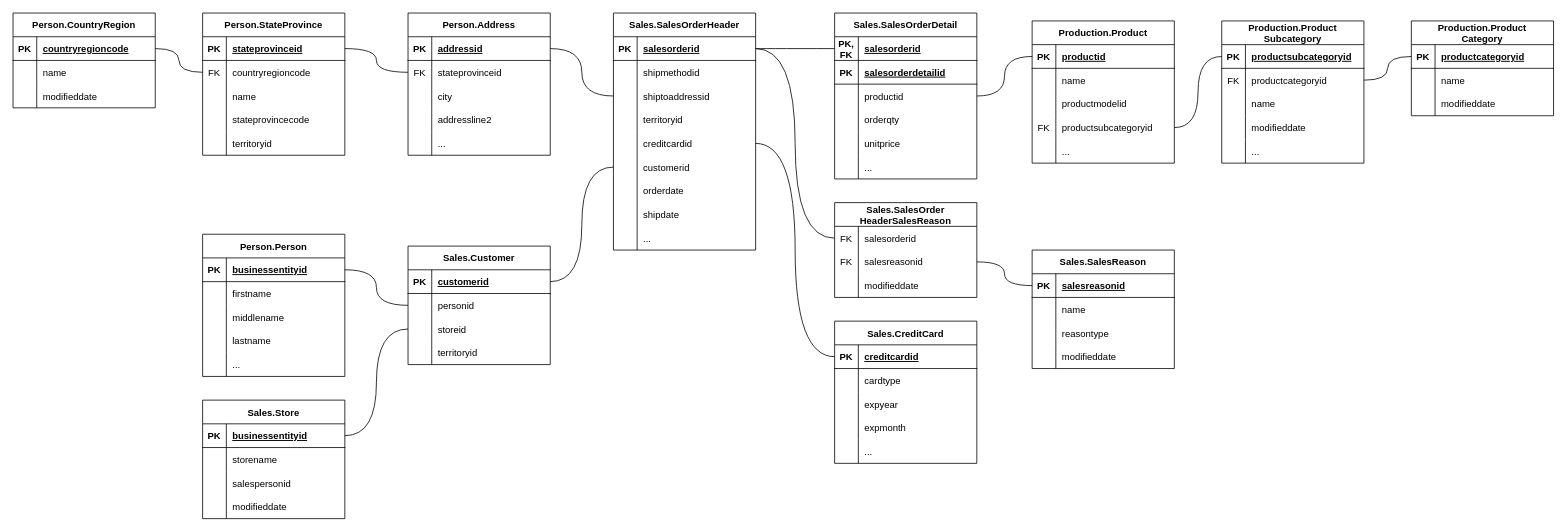
Earlier version of the draw.io diagram page "source-schema" (3 of 6) of docs/dbt-dimensional-modelling.drawio (Data-Engineer-Camp/dbt-dimensional-modelling). Source tidied: cells renumbered, new cells numbered last; positions are measured from the earlier drawing's top-left corner, leaving out a move shared by most shapes. Both pictures are drawn from the tidied source at 79%, with x=0, y=0 at pixel (13, 13).
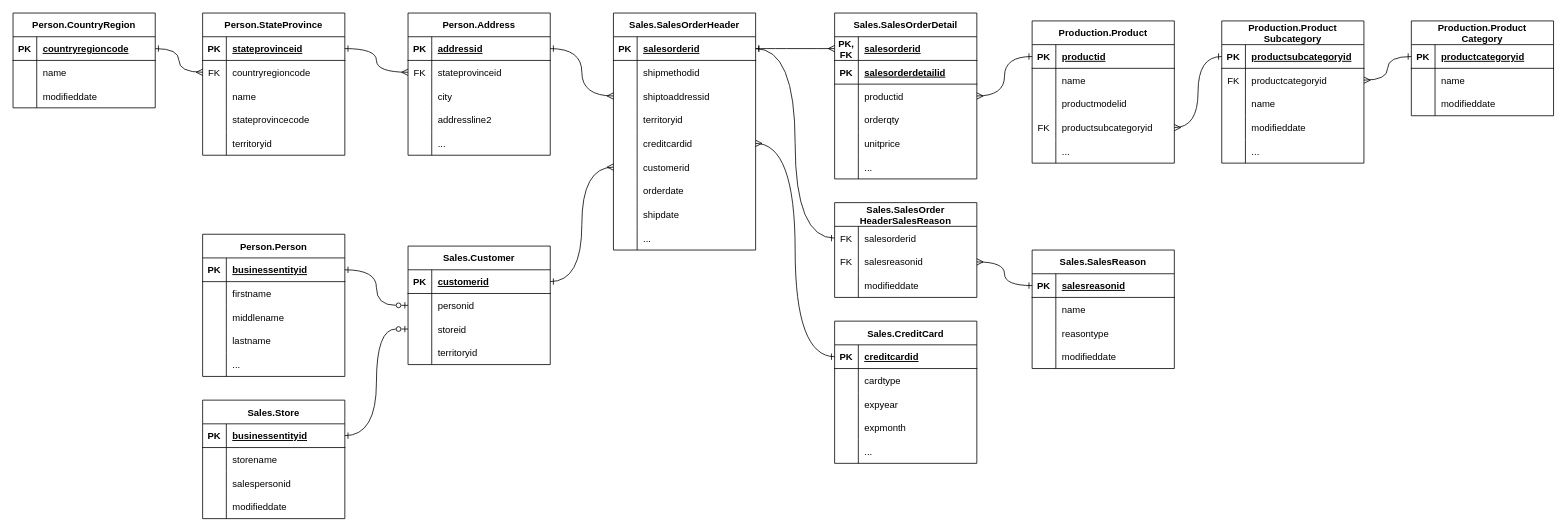
Above is the later version.

The change refers to these unchanged cells:
```xml
<mxCell id="3" style="shape=tableRow;horizontal=0;startSize=0;swimlaneHead=0;swimlaneBody=0;fillColor=none;points=[[0,0.5],[1,0.5]];portConstraint=eastwest;top=0;left=0;right=0;bottom=1;" parent="2" vertex="1">
  <mxGeometry y="30" width="180" height="30" as="geometry" />
</mxCell>
<mxCell id="6" style="shape=tableRow;horizontal=0;startSize=0;swimlaneHead=0;swimlaneBody=0;fillColor=none;points=[[0,0.5],[1,0.5]];portConstraint=eastwest;top=0;left=0;right=0;bottom=0;" parent="2" vertex="1">
  <mxGeometry y="60" width="180" height="30" as="geometry" />
</mxCell>
<mxCell id="19" style="shape=tableRow;horizontal=0;startSize=0;swimlaneHead=0;swimlaneBody=0;fillColor=none;points=[[0,0.5],[1,0.5]];portConstraint=eastwest;top=0;left=0;right=0;bottom=1;" parent="18" vertex="1">
  <mxGeometry y="30" width="180" height="30" as="geometry" />
</mxCell>
<mxCell id="29" style="shape=tableRow;horizontal=0;startSize=0;swimlaneHead=0;swimlaneBody=0;fillColor=none;points=[[0,0.5],[1,0.5]];portConstraint=eastwest;top=0;left=0;right=0;bottom=1;" parent="28" vertex="1">
  <mxGeometry y="30" width="180" height="30" as="geometry" />
</mxCell>
<mxCell id="32" style="shape=tableRow;horizontal=0;startSize=0;swimlaneHead=0;swimlaneBody=0;fillColor=none;points=[[0,0.5],[1,0.5]];portConstraint=eastwest;top=0;left=0;right=0;bottom=0;" parent="28" vertex="1">
  <mxGeometry y="60" width="180" height="30" as="geometry" />
</mxCell>
<mxCell id="47" style="shape=tableRow;horizontal=0;startSize=0;swimlaneHead=0;swimlaneBody=0;fillColor=none;points=[[0,0.5],[1,0.5]];portConstraint=eastwest;top=0;left=0;right=0;bottom=1;" parent="46" vertex="1">
  <mxGeometry y="30" width="180" height="30" as="geometry" />
</mxCell>
<mxCell id="63" style="shape=tableRow;horizontal=0;startSize=0;swimlaneHead=0;swimlaneBody=0;fillColor=none;points=[[0,0.5],[1,0.5]];portConstraint=eastwest;top=0;left=0;right=0;bottom=1;" parent="62" vertex="1">
  <mxGeometry y="30" width="180" height="30" as="geometry" />
</mxCell>
<mxCell id="72" style="shape=tableRow;horizontal=0;startSize=0;swimlaneHead=0;swimlaneBody=0;fillColor=none;points=[[0,0.5],[1,0.5]];portConstraint=eastwest;top=0;left=0;right=0;bottom=0;" parent="62" vertex="1">
  <mxGeometry y="120" width="180" height="30" as="geometry" />
</mxCell>
<mxCell id="79" style="shape=tableRow;horizontal=0;startSize=0;swimlaneHead=0;swimlaneBody=0;fillColor=none;points=[[0,0.5],[1,0.5]];portConstraint=eastwest;top=0;left=0;right=0;bottom=1;" parent="78" vertex="1">
  <mxGeometry y="30" width="180" height="30" as="geometry" />
</mxCell>
<mxCell id="82" style="shape=tableRow;horizontal=0;startSize=0;swimlaneHead=0;swimlaneBody=0;fillColor=none;points=[[0,0.5],[1,0.5]];portConstraint=eastwest;top=0;left=0;right=0;bottom=0;" parent="78" vertex="1">
  <mxGeometry y="60" width="180" height="30" as="geometry" />
</mxCell>
<mxCell id="95" style="shape=tableRow;horizontal=0;startSize=0;swimlaneHead=0;swimlaneBody=0;fillColor=none;points=[[0,0.5],[1,0.5]];portConstraint=eastwest;top=0;left=0;right=0;bottom=1;" parent="94" vertex="1">
  <mxGeometry y="30" width="180" height="30" as="geometry" />
</mxCell>
<mxCell id="107" style="shape=tableRow;horizontal=0;startSize=0;swimlaneHead=0;swimlaneBody=0;fillColor=none;points=[[0,0.5],[1,0.5]];portConstraint=eastwest;top=0;left=0;right=0;bottom=1;" parent="106" vertex="1">
  <mxGeometry y="30" width="180" height="30" as="geometry" />
</mxCell>
<mxCell id="110" style="shape=tableRow;horizontal=0;startSize=0;swimlaneHead=0;swimlaneBody=0;fillColor=none;points=[[0,0.5],[1,0.5]];portConstraint=eastwest;top=0;left=0;right=0;bottom=0;" parent="106" vertex="1">
  <mxGeometry y="60" width="180" height="30" as="geometry" />
</mxCell>
<mxCell id="113" style="shape=tableRow;horizontal=0;startSize=0;swimlaneHead=0;swimlaneBody=0;fillColor=none;points=[[0,0.5],[1,0.5]];portConstraint=eastwest;top=0;left=0;right=0;bottom=0;" parent="106" vertex="1">
  <mxGeometry y="90" width="180" height="30" as="geometry" />
</mxCell>
<mxCell id="120" style="shape=tableRow;horizontal=0;startSize=0;swimlaneHead=0;swimlaneBody=0;fillColor=none;points=[[0,0.5],[1,0.5]];portConstraint=eastwest;top=0;left=0;right=0;bottom=1;" parent="119" vertex="1">
  <mxGeometry y="30" width="180" height="30" as="geometry" />
</mxCell>
<mxCell id="137" style="shape=tableRow;horizontal=0;startSize=0;swimlaneHead=0;swimlaneBody=0;fillColor=none;points=[[0,0.5],[1,0.5]];portConstraint=eastwest;top=0;left=0;right=0;bottom=1;" parent="136" vertex="1">
  <mxGeometry y="30" width="180" height="30" as="geometry" />
</mxCell>
<mxCell id="143" style="shape=tableRow;horizontal=0;startSize=0;swimlaneHead=0;swimlaneBody=0;fillColor=none;points=[[0,0.5],[1,0.5]];portConstraint=eastwest;top=0;left=0;right=0;bottom=0;" parent="136" vertex="1">
  <mxGeometry y="90" width="180" height="30" as="geometry" />
</mxCell>
<mxCell id="149" style="shape=tableRow;horizontal=0;startSize=0;swimlaneHead=0;swimlaneBody=0;fillColor=none;points=[[0,0.5],[1,0.5]];portConstraint=eastwest;top=0;left=0;right=0;bottom=0;" parent="136" vertex="1">
  <mxGeometry y="150" width="180" height="30" as="geometry" />
</mxCell>
<mxCell id="152" style="shape=tableRow;horizontal=0;startSize=0;swimlaneHead=0;swimlaneBody=0;fillColor=none;points=[[0,0.5],[1,0.5]];portConstraint=eastwest;top=0;left=0;right=0;bottom=0;" parent="136" vertex="1">
  <mxGeometry y="180" width="180" height="30" as="geometry" />
</mxCell>
<mxCell id="166" style="shape=tableRow;horizontal=0;startSize=0;swimlaneHead=0;swimlaneBody=0;fillColor=none;points=[[0,0.5],[1,0.5]];portConstraint=eastwest;top=0;left=0;right=0;bottom=0;" parent="165" vertex="1">
  <mxGeometry y="30" width="180" height="30" as="geometry" />
</mxCell>
<mxCell id="169" style="shape=tableRow;horizontal=0;startSize=0;swimlaneHead=0;swimlaneBody=0;fillColor=none;points=[[0,0.5],[1,0.5]];portConstraint=eastwest;top=0;left=0;right=0;bottom=0;" parent="165" vertex="1">
  <mxGeometry y="60" width="180" height="30" as="geometry" />
</mxCell>
<mxCell id="178" style="shape=tableRow;horizontal=0;startSize=0;swimlaneHead=0;swimlaneBody=0;fillColor=none;points=[[0,0.5],[1,0.5]];portConstraint=eastwest;top=0;left=0;right=0;bottom=1;" parent="177" vertex="1">
  <mxGeometry y="30" width="180" height="30" as="geometry" />
</mxCell>
<mxCell id="192" style="shape=tableRow;horizontal=0;startSize=0;swimlaneHead=0;swimlaneBody=0;fillColor=none;points=[[0,0.5],[1,0.5]];portConstraint=eastwest;top=0;left=0;right=0;bottom=1;" parent="191" vertex="1">
  <mxGeometry y="30" width="180" height="30" as="geometry" />
</mxCell>
<mxCell id="207" style="shape=tableRow;horizontal=0;startSize=0;swimlaneHead=0;swimlaneBody=0;fillColor=none;points=[[0,0.5],[1,0.5]];portConstraint=eastwest;top=0;left=0;right=0;bottom=1;" parent="206" vertex="1">
  <mxGeometry y="30" width="180" height="30" as="geometry" />
</mxCell>
<mxCell id="213" style="shape=tableRow;horizontal=0;startSize=0;swimlaneHead=0;swimlaneBody=0;fillColor=none;points=[[0,0.5],[1,0.5]];portConstraint=eastwest;top=0;left=0;right=0;bottom=0;" parent="206" vertex="1">
  <mxGeometry y="90" width="180" height="30" as="geometry" />
</mxCell>
```

Change to the diagram source:
```diff
@@
-    <mxCell id="44" style="edgeStyle=orthogonalEdgeStyle;rounded=0;jettySize=auto;html=1;exitX=0;exitY=0.5;exitDx=0;exitDy=0;entryX=1;entryY=0.5;entryDx=0;entryDy=0;curved=1;endArrow=none;endFill=0;" parent="1" edge="1" source="6" target="29">
+    <mxCell id="44" style="edgeStyle=orthogonalEdgeStyle;rounded=0;jettySize=auto;html=1;exitX=0;exitY=0.5;exitDx=0;exitDy=0;entryX=1;entryY=0.5;entryDx=0;entryDy=0;curved=1;endArrow=ERone;endFill=0;startArrow=ERmany;startFill=0;" parent="1" edge="1" source="6" target="29">
       <mxGeometry relative="1" as="geometry" />
     </mxCell>
-    <mxCell id="45" style="edgeStyle=orthogonalEdgeStyle;rounded=0;jettySize=auto;html=1;exitX=0;exitY=0.5;exitDx=0;exitDy=0;entryX=1;entryY=0.5;entryDx=0;entryDy=0;curved=1;endArrow=none;endFill=0;" parent="1" edge="1" source="32" target="19">
+    <mxCell id="45" style="edgeStyle=orthogonalEdgeStyle;rounded=0;jettySize=auto;html=1;exitX=0;exitY=0.5;exitDx=0;exitDy=0;entryX=1;entryY=0.5;entryDx=0;entryDy=0;curved=1;endArrow=ERone;endFill=0;startArrow=ERmany;startFill=0;" parent="1" edge="1" source="32" target="19">
       <mxGeometry relative="1" as="geometry" />
     </mxCell>
@@
-    <mxCell id="104" style="edgeStyle=orthogonalEdgeStyle;curved=1;rounded=0;jettySize=auto;html=1;exitX=1;exitY=0.5;exitDx=0;exitDy=0;entryX=0;entryY=0.5;entryDx=0;entryDy=0;endArrow=none;endFill=0;" parent="1" edge="1" source="72" target="79">
+    <mxCell id="104" style="edgeStyle=orthogonalEdgeStyle;curved=1;rounded=0;jettySize=auto;html=1;exitX=1;exitY=0.5;exitDx=0;exitDy=0;entryX=0;entryY=0.5;entryDx=0;entryDy=0;endArrow=ERone;endFill=0;startArrow=ERmany;startFill=0;" parent="1" edge="1" source="72" target="79">
       <mxGeometry relative="1" as="geometry" />
     </mxCell>
-    <mxCell id="105" style="edgeStyle=orthogonalEdgeStyle;curved=1;rounded=0;jettySize=auto;html=1;exitX=1;exitY=0.5;exitDx=0;exitDy=0;entryX=0;entryY=0.5;entryDx=0;entryDy=0;endArrow=none;endFill=0;" parent="1" edge="1" source="82" target="95">
+    <mxCell id="105" style="edgeStyle=orthogonalEdgeStyle;curved=1;rounded=0;jettySize=auto;html=1;exitX=1;exitY=0.5;exitDx=0;exitDy=0;entryX=0;entryY=0.5;entryDx=0;entryDy=0;endArrow=ERone;endFill=0;startArrow=ERmany;startFill=0;" parent="1" edge="1" source="82" target="95">
       <mxGeometry relative="1" as="geometry" />
     </mxCell>
@@
-    <mxCell id="135" style="edgeStyle=orthogonalEdgeStyle;curved=1;rounded=0;jettySize=auto;html=1;exitX=0;exitY=0.5;exitDx=0;exitDy=0;entryX=1;entryY=0.5;entryDx=0;entryDy=0;endArrow=none;endFill=0;" parent="1" edge="1" source="110" target="47">
+    <mxCell id="135" style="edgeStyle=orthogonalEdgeStyle;curved=1;rounded=0;jettySize=auto;html=1;exitX=0;exitY=0.5;exitDx=0;exitDy=0;entryX=1;entryY=0.5;entryDx=0;entryDy=0;endArrow=ERone;endFill=0;startArrow=ERzeroToOne;startFill=0;" parent="1" edge="1" source="110" target="47">
       <mxGeometry relative="1" as="geometry" />
     </mxCell>
@@
-    <mxCell id="164" style="edgeStyle=orthogonalEdgeStyle;curved=1;rounded=0;jettySize=auto;html=1;exitX=0;exitY=0.5;exitDx=0;exitDy=0;entryX=1;entryY=0.5;entryDx=0;entryDy=0;endArrow=none;endFill=0;" parent="1" edge="1" source="152" target="107">
+    <mxCell id="164" style="edgeStyle=orthogonalEdgeStyle;curved=1;rounded=0;jettySize=auto;html=1;exitX=0;exitY=0.5;exitDx=0;exitDy=0;entryX=1;entryY=0.5;entryDx=0;entryDy=0;endArrow=ERone;endFill=0;startArrow=ERmany;startFill=0;" parent="1" edge="1" source="152" target="107">
       <mxGeometry relative="1" as="geometry" />
     </mxCell>
@@
-    <mxCell id="175" style="edgeStyle=orthogonalEdgeStyle;curved=1;rounded=0;jettySize=auto;html=1;exitX=1;exitY=0.5;exitDx=0;exitDy=0;entryX=0;entryY=0.5;entryDx=0;entryDy=0;endArrow=none;endFill=0;" parent="1" edge="1" source="149" target="120">
+    <mxCell id="175" style="edgeStyle=orthogonalEdgeStyle;curved=1;rounded=0;jettySize=auto;html=1;exitX=1;exitY=0.5;exitDx=0;exitDy=0;entryX=0;entryY=0.5;entryDx=0;entryDy=0;endArrow=ERone;endFill=0;startArrow=ERmany;startFill=0;" parent="1" edge="1" source="149" target="120">
       <mxGeometry relative="1" as="geometry" />
     </mxCell>
-    <mxCell id="176" style="edgeStyle=orthogonalEdgeStyle;curved=1;rounded=0;jettySize=auto;html=1;exitX=1;exitY=0.5;exitDx=0;exitDy=0;entryX=0;entryY=0.5;entryDx=0;entryDy=0;endArrow=none;endFill=0;" parent="1" edge="1" source="137" target="166">
+    <mxCell id="176" style="edgeStyle=orthogonalEdgeStyle;curved=1;rounded=0;jettySize=auto;html=1;exitX=1;exitY=0.5;exitDx=0;exitDy=0;entryX=0;entryY=0.5;entryDx=0;entryDy=0;endArrow=ERone;endFill=0;startArrow=ERone;startFill=0;" parent="1" edge="1" source="137" target="166">
       <mxGeometry relative="1" as="geometry" />
     </mxCell>
@@
-    <mxCell id="190" style="edgeStyle=orthogonalEdgeStyle;curved=1;rounded=0;jettySize=auto;html=1;exitX=1;exitY=0.5;exitDx=0;exitDy=0;entryX=0;entryY=0.5;entryDx=0;entryDy=0;endArrow=none;endFill=0;" parent="1" edge="1" source="169" target="178">
+    <mxCell id="190" style="edgeStyle=orthogonalEdgeStyle;curved=1;rounded=0;jettySize=auto;html=1;exitX=1;exitY=0.5;exitDx=0;exitDy=0;entryX=0;entryY=0.5;entryDx=0;entryDy=0;endArrow=ERone;endFill=0;startArrow=ERmany;startFill=0;" parent="1" edge="1" source="169" target="178">
       <mxGeometry relative="1" as="geometry" />
     </mxCell>
@@
-    <mxCell id="204" style="edgeStyle=orthogonalEdgeStyle;curved=1;rounded=0;jettySize=auto;html=1;exitX=1;exitY=0.5;exitDx=0;exitDy=0;entryX=0;entryY=0.5;entryDx=0;entryDy=0;endArrow=none;endFill=0;" parent="1" edge="1" source="192" target="113">
+    <mxCell id="204" style="edgeStyle=orthogonalEdgeStyle;curved=1;rounded=0;jettySize=auto;html=1;exitX=1;exitY=0.5;exitDx=0;exitDy=0;entryX=0;entryY=0.5;entryDx=0;entryDy=0;endArrow=ERzeroToOne;endFill=0;startArrow=ERone;startFill=0;" parent="1" edge="1" source="192" target="113">
       <mxGeometry relative="1" as="geometry" />
     </mxCell>
-    <mxCell id="205" style="edgeStyle=orthogonalEdgeStyle;curved=1;rounded=0;jettySize=auto;html=1;exitX=0;exitY=0.5;exitDx=0;exitDy=0;entryX=1;entryY=0.5;entryDx=0;entryDy=0;endArrow=none;endFill=0;" parent="1" edge="1" source="143" target="3">
+    <mxCell id="205" style="edgeStyle=orthogonalEdgeStyle;curved=1;rounded=0;jettySize=auto;html=1;exitX=0;exitY=0.5;exitDx=0;exitDy=0;entryX=1;entryY=0.5;entryDx=0;entryDy=0;endArrow=ERone;endFill=0;startArrow=ERmany;startFill=0;" parent="1" edge="1" source="143" target="3">
       <mxGeometry relative="1" as="geometry" />
     </mxCell>
@@
-    <mxCell id="225" style="edgeStyle=orthogonalEdgeStyle;curved=1;rounded=0;jettySize=auto;html=1;exitX=1;exitY=0.5;exitDx=0;exitDy=0;entryX=0;entryY=0.5;entryDx=0;entryDy=0;endArrow=none;endFill=0;" parent="1" edge="1" source="137" target="207">
+    <mxCell id="225" style="edgeStyle=orthogonalEdgeStyle;curved=1;rounded=0;jettySize=auto;html=1;exitX=1;exitY=0.5;exitDx=0;exitDy=0;entryX=0;entryY=0.5;entryDx=0;entryDy=0;endArrow=ERmany;endFill=0;startArrow=ERone;startFill=0;" parent="1" edge="1" source="137" target="207">
       <mxGeometry relative="1" as="geometry" />
     </mxCell>
-    <mxCell id="226" style="edgeStyle=orthogonalEdgeStyle;curved=1;rounded=0;jettySize=auto;html=1;exitX=1;exitY=0.5;exitDx=0;exitDy=0;entryX=0;entryY=0.5;entryDx=0;entryDy=0;endArrow=none;endFill=0;" parent="1" edge="1" source="213" target="63">
+    <mxCell id="226" style="edgeStyle=orthogonalEdgeStyle;curved=1;rounded=0;jettySize=auto;html=1;exitX=1;exitY=0.5;exitDx=0;exitDy=0;entryX=0;entryY=0.5;entryDx=0;entryDy=0;endArrow=ERone;endFill=0;startArrow=ERmany;startFill=0;" parent="1" edge="1" source="213" target="63">
       <mxGeometry relative="1" as="geometry" />
     </mxCell>
```
